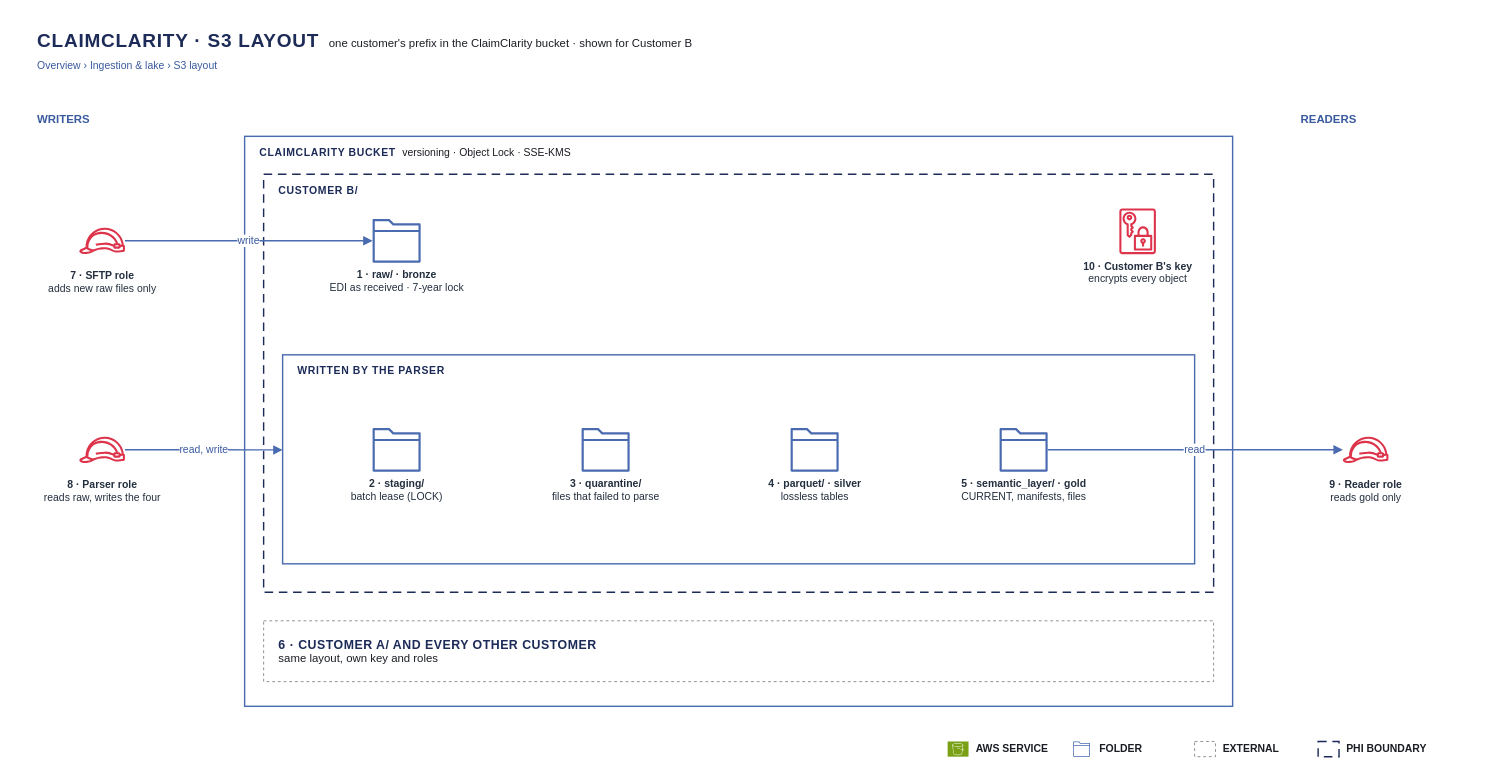
The draw.io diagram docs/architecture/src/12-s3-layout.drawio in Peter-Shamoun/cc, before the edit. Source tidied: cells renumbered, new cells numbered last; positions are measured from the earlier drawing's top-left corner, leaving out a move shared by most shapes. Both pictures are drawn from the tidied source at 95%, with x=0, y=0 at pixel (35, 22).
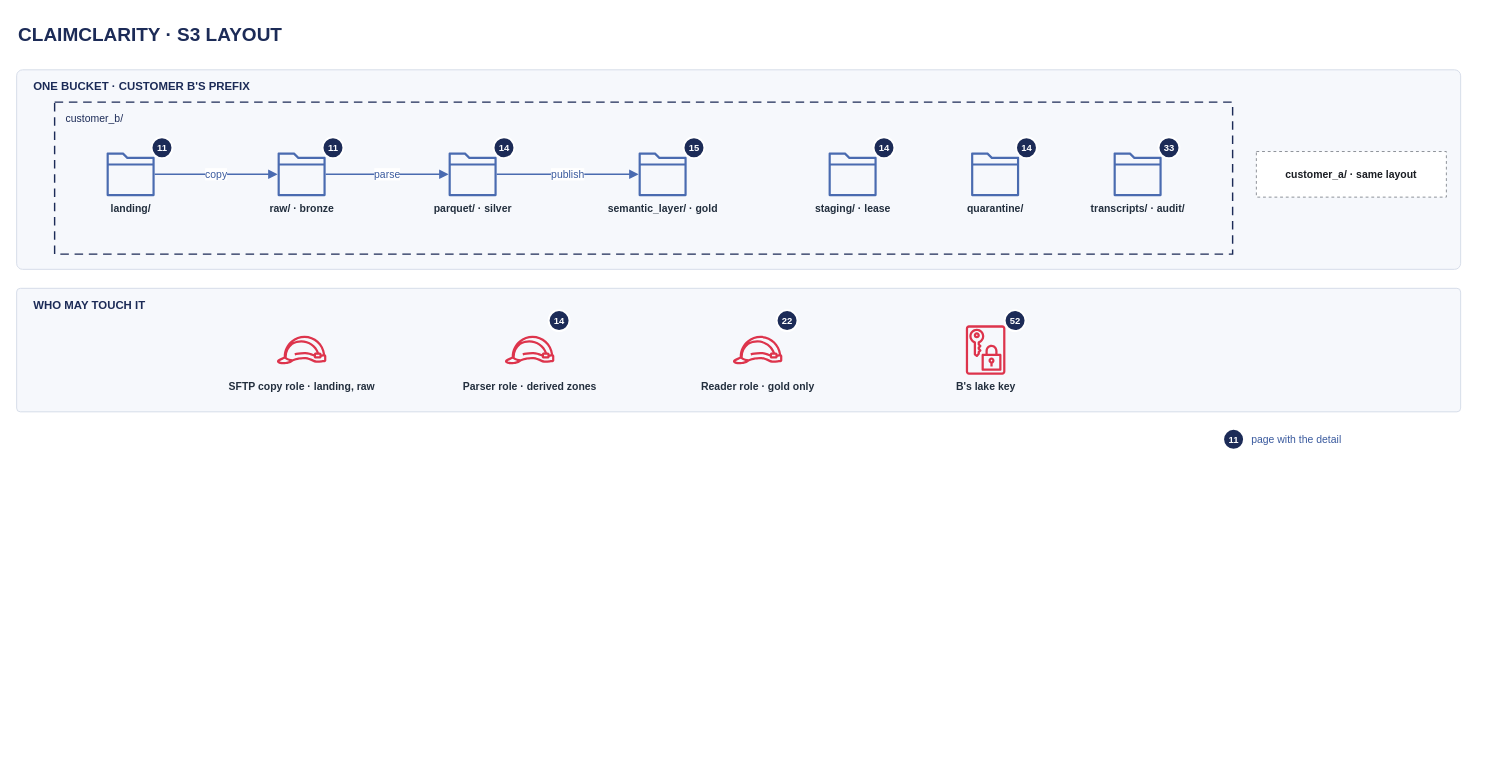
The same diagram, later.

The edit, as a diff of the source:
```diff
@@
-    <mxCell id="2" value="&lt;b style=&quot;font-size:20px;letter-spacing:0.04em;color:#1C2B57&quot;&gt;CLAIMCLARITY · S3 LAYOUT&lt;/b&gt;&amp;nbsp;&amp;nbsp;&amp;nbsp;&lt;span style=&quot;font-size:12px&quot;&gt;one customer's prefix in the ClaimClarity bucket · shown for Customer B&lt;/span&gt;" style="text;html=1;align=left;verticalAlign=top;whiteSpace=wrap;fontSize=12;fontFamily=Helvetica;fontColor=#1A1D23;" parent="1" vertex="1">
-      <mxGeometry width="1500" height="34" as="geometry" />
-    </mxCell>
-    <mxCell id="3" value="&lt;span style=&quot;font-size:11px;color:#3A5A9E&quot;&gt;Overview › Ingestion &amp;amp; lake › S3 layout&lt;/span&gt;" style="text;html=1;align=left;verticalAlign=middle;whiteSpace=wrap;fontSize=12;fontFamily=Helvetica;fontColor=#1A1D23;" parent="1" vertex="1">
-      <mxGeometry y="36" width="1200" height="20" as="geometry" />
-    </mxCell>
-    <mxCell id="4" value="&lt;b style=&quot;font-size:12px;color:#3A5A9E&quot;&gt;WRITERS&lt;/b&gt;" style="text;html=1;align=left;verticalAlign=middle;whiteSpace=wrap;fontSize=12;fontFamily=Helvetica;fontColor=#1A1D23;" parent="1" vertex="1">
-      <mxGeometry y="90" width="200" height="24" as="geometry" />
-    </mxCell>
-    <mxCell id="5" value="&lt;b style=&quot;font-size:12px;color:#3A5A9E&quot;&gt;READERS&lt;/b&gt;" style="text;html=1;align=left;verticalAlign=middle;whiteSpace=wrap;fontSize=12;fontFamily=Helvetica;fontColor=#1A1D23;" parent="1" vertex="1">
-      <mxGeometry x="1330" y="90" width="200" height="24" as="geometry" />
-    </mxCell>
-    <mxCell id="6" value="&lt;b&gt;7 · SFTP role&lt;/b&gt;&lt;br&gt;adds new raw files only" style="sketch=0;outlineConnect=0;fontColor=#232F3E;fillColor=#DD344C;strokeColor=none;dashed=0;verticalLabelPosition=bottom;verticalAlign=top;align=center;html=1;fontSize=11;fontFamily=Helvetica;shape=mxgraph.aws4.role;" parent="1" vertex="1">
-      <mxGeometry x="46" y="206" width="48" height="48" as="geometry" />
-    </mxCell>
-    <mxCell id="7" value="&lt;b&gt;8 · Parser role&lt;/b&gt;&lt;br&gt;reads raw, writes the four" style="sketch=0;outlineConnect=0;fontColor=#232F3E;fillColor=#DD344C;strokeColor=none;dashed=0;verticalLabelPosition=bottom;verticalAlign=top;align=center;html=1;fontSize=11;fontFamily=Helvetica;shape=mxgraph.aws4.role;" parent="1" vertex="1">
-      <mxGeometry x="46" y="426" width="48" height="48" as="geometry" />
-    </mxCell>
-    <mxCell id="8" value="&lt;b&gt;9 · Reader role&lt;/b&gt;&lt;br&gt;reads gold only" style="sketch=0;outlineConnect=0;fontColor=#232F3E;fillColor=#DD344C;strokeColor=none;dashed=0;verticalLabelPosition=bottom;verticalAlign=top;align=center;html=1;fontSize=11;fontFamily=Helvetica;shape=mxgraph.aws4.role;" parent="1" vertex="1">
-      <mxGeometry x="1376" y="426" width="48" height="48" as="geometry" />
-    </mxCell>
-    <mxCell id="9" style="rounded=0;whiteSpace=wrap;html=1;fillColor=none;strokeColor=#4A6BB0;strokeWidth=1.5;" parent="1" vertex="1">
-      <mxGeometry x="220" y="120" width="1040" height="600" as="geometry" />
-    </mxCell>
-    <mxCell id="10" value="&lt;b style=&quot;color:#1C2B57;letter-spacing:0.06em;font-size:11px&quot;&gt;CLAIMCLARITY BUCKET&lt;/b&gt;&amp;nbsp;&amp;nbsp;&lt;span style=&quot;font-size:11px&quot;&gt;versioning · Object Lock · SSE-KMS&lt;/span&gt;" style="text;html=1;align=left;verticalAlign=middle;whiteSpace=wrap;fontSize=12;fontFamily=Helvetica;fontColor=#1A1D23;" parent="9" vertex="1">
-      <mxGeometry x="14" y="6" width="1012" height="22" as="geometry" />
-    </mxCell>
-    <mxCell id="11" style="rounded=0;whiteSpace=wrap;html=1;fillColor=none;strokeColor=#1C2B57;dashed=1;dashPattern=6 4;strokeWidth=1.5;" parent="9" vertex="1">
-      <mxGeometry x="20" y="40" width="1000" height="440" as="geometry" />
-    </mxCell>
-    <mxCell id="12" value="&lt;b style=&quot;color:#1C2B57;letter-spacing:0.06em;font-size:11px&quot;&gt;CUSTOMER B/&lt;/b&gt;" style="text;html=1;align=left;verticalAlign=middle;whiteSpace=wrap;fontSize=12;fontFamily=Helvetica;fontColor=#1A1D23;" parent="11" vertex="1">
-      <mxGeometry x="14" y="6" width="972" height="22" as="geometry" />
-    </mxCell>
-    <mxCell id="13" value="&lt;b&gt;10 · Customer B's key&lt;/b&gt;&lt;br&gt;encrypts every object" style="sketch=0;fontColor=#232F3E;fillColor=#DD344C;strokeColor=none;dashed=0;verticalLabelPosition=bottom;verticalAlign=top;align=center;html=1;fontSize=11;fontFamily=Helvetica;shape=mxgraph.aws4.data_encryption_key;" parent="11" vertex="1">
-      <mxGeometry x="896" y="36" width="48" height="48" as="geometry" />
-    </mxCell>
-    <mxCell id="14" value="&lt;b&gt;1 · raw/ · bronze&lt;/b&gt;&lt;br&gt;EDI as received · 7-year lock" style="shape=mxgraph.aws4.folder;html=1;fillColor=#4A6BB0;strokeColor=none;verticalLabelPosition=bottom;verticalAlign=top;align=center;fontSize=11;fontFamily=Helvetica;fontColor=#232F3E;" parent="11" vertex="1">
-      <mxGeometry x="112" y="47" width="56" height="46" as="geometry" />
-    </mxCell>
-    <mxCell id="15" style="rounded=0;whiteSpace=wrap;html=1;fillColor=none;strokeColor=#4A6BB0;strokeWidth=1.5;" parent="11" vertex="1">
-      <mxGeometry x="20" y="190" width="960" height="220" as="geometry" />
-    </mxCell>
-    <mxCell id="16" value="&lt;b style=&quot;color:#1C2B57;letter-spacing:0.06em;font-size:11px&quot;&gt;WRITTEN BY THE PARSER&lt;/b&gt;" style="text;html=1;align=left;verticalAlign=middle;whiteSpace=wrap;fontSize=12;fontFamily=Helvetica;fontColor=#1A1D23;" parent="15" vertex="1">
-      <mxGeometry x="14" y="6" width="932" height="22" as="geometry" />
-    </mxCell>
-    <mxCell id="17" value="&lt;b&gt;2 · staging/&lt;/b&gt;&lt;br&gt;batch lease (LOCK)" style="shape=mxgraph.aws4.folder;html=1;fillColor=#4A6BB0;strokeColor=none;verticalLabelPosition=bottom;verticalAlign=top;align=center;fontSize=11;fontFamily=Helvetica;fontColor=#232F3E;" parent="15" vertex="1">
-      <mxGeometry x="92" y="77" width="56" height="46" as="geometry" />
-    </mxCell>
-    <mxCell id="18" value="&lt;b&gt;3 · quarantine/&lt;/b&gt;&lt;br&gt;files that failed to parse" style="shape=mxgraph.aws4.folder;html=1;fillColor=#4A6BB0;strokeColor=none;verticalLabelPosition=bottom;verticalAlign=top;align=center;fontSize=11;fontFamily=Helvetica;fontColor=#232F3E;" parent="15" vertex="1">
-      <mxGeometry x="312" y="77" width="56" height="46" as="geometry" />
-    </mxCell>
-    <mxCell id="19" value="&lt;b&gt;4 · parquet/ · silver&lt;/b&gt;&lt;br&gt;lossless tables" style="shape=mxgraph.aws4.folder;html=1;fillColor=#4A6BB0;strokeColor=none;verticalLabelPosition=bottom;verticalAlign=top;align=center;fontSize=11;fontFamily=Helvetica;fontColor=#232F3E;" parent="15" vertex="1">
-      <mxGeometry x="532" y="77" width="56" height="46" as="geometry" />
-    </mxCell>
-    <mxCell id="20" value="&lt;b&gt;5 · semantic_layer/ · gold&lt;/b&gt;&lt;br&gt;CURRENT, manifests, files" style="shape=mxgraph.aws4.folder;html=1;fillColor=#4A6BB0;strokeColor=none;verticalLabelPosition=bottom;verticalAlign=top;align=center;fontSize=11;fontFamily=Helvetica;fontColor=#232F3E;" parent="15" vertex="1">
-      <mxGeometry x="752" y="77" width="56" height="46" as="geometry" />
-    </mxCell>
-    <mxCell id="21" value="&lt;b style=&quot;color:#1C2B57;letter-spacing:0.04em;font-size:13px&quot;&gt;6 · CUSTOMER A/ AND EVERY OTHER CUSTOMER&lt;/b&gt;&lt;br&gt;&lt;span style=&quot;font-size:12px&quot;&gt;same layout, own key and roles&lt;/span&gt;" style="rounded=0;whiteSpace=wrap;html=1;fillColor=#FFFFFF;strokeColor=#8A8E95;dashed=1;fontColor=#1A1D23;align=left;spacingLeft=14;spacingRight=10;verticalAlign=middle;fontSize=12;fontFamily=Helvetica;" parent="9" vertex="1">
-      <mxGeometry x="20" y="510" width="1000" height="64" as="geometry" />
-    </mxCell>
-    <mxCell id="22" value="write" style="edgeStyle=orthogonalEdgeStyle;rounded=1;jettySize=auto;html=1;strokeColor=#4A6BB0;strokeWidth=1.5;endArrow=block;endFill=1;endSize=6;fontSize=11;fontColor=#3A5A9E;labelBackgroundColor=#FFFFFF;fontFamily=Helvetica;exitX=1;exitY=0.5;exitDx=0;exitDy=0;entryX=0;entryY=0.5;entryDx=0;entryDy=0;" parent="1" edge="1" source="6" target="14">
-      <mxGeometry relative="1" as="geometry" />
-    </mxCell>
-    <mxCell id="23" value="read, write" style="edgeStyle=orthogonalEdgeStyle;rounded=1;jettySize=auto;html=1;strokeColor=#4A6BB0;strokeWidth=1.5;endArrow=block;endFill=1;endSize=6;fontSize=11;fontColor=#3A5A9E;labelBackgroundColor=#FFFFFF;fontFamily=Helvetica;exitX=1;exitY=0.5;exitDx=0;exitDy=0;entryX=0;entryY=0.455;entryDx=0;entryDy=0;" parent="1" edge="1" source="7" target="15">
-      <mxGeometry relative="1" as="geometry" />
-    </mxCell>
-    <mxCell id="24" value="read" style="edgeStyle=orthogonalEdgeStyle;rounded=1;jettySize=auto;html=1;strokeColor=#4A6BB0;strokeWidth=1.5;endArrow=block;endFill=1;endSize=6;fontSize=11;fontColor=#3A5A9E;labelBackgroundColor=#FFFFFF;fontFamily=Helvetica;exitX=1;exitY=0.5;exitDx=0;exitDy=0;entryX=0;entryY=0.5;entryDx=0;entryDy=0;" parent="1" edge="1" source="20" target="8">
-      <mxGeometry relative="1" as="geometry" />
-    </mxCell>
-    <mxCell id="25" style="rounded=0;html=1;fillColor=none;strokeColor=none;" parent="1" vertex="1">
-      <mxGeometry x="960" y="750" width="520" height="30" as="geometry" />
-    </mxCell>
-    <mxCell id="26" style="sketch=0;fontColor=#232F3E;fillColor=#7AA116;strokeColor=#ffffff;dashed=0;verticalLabelPosition=bottom;verticalAlign=top;align=center;html=1;fontSize=11;fontFamily=Helvetica;shape=mxgraph.aws4.resourceIcon;resIcon=mxgraph.aws4.s3;" parent="25" vertex="1">
-      <mxGeometry y="7" width="22" height="16" as="geometry" />
-    </mxCell>
-    <mxCell id="27" value="AWS SERVICE" style="text;html=1;align=left;verticalAlign=middle;fontSize=11;fontColor=#1A1D23;fontStyle=1;fontFamily=Helvetica;" parent="25" vertex="1">
-      <mxGeometry x="28" y="3" width="100" height="24" as="geometry" />
-    </mxCell>
-    <mxCell id="28" style="shape=mxgraph.aws4.folder;html=1;fillColor=#4A6BB0;strokeColor=none;" parent="25" vertex="1">
-      <mxGeometry x="130" y="7" width="22" height="16" as="geometry" />
-    </mxCell>
-    <mxCell id="29" value="FOLDER" style="text;html=1;align=left;verticalAlign=middle;fontSize=11;fontColor=#1A1D23;fontStyle=1;fontFamily=Helvetica;" parent="25" vertex="1">
-      <mxGeometry x="158" y="3" width="100" height="24" as="geometry" />
-    </mxCell>
-    <mxCell id="30" style="fillColor=#FFFFFF;strokeColor=#8A8E95;dashed=1;html=1;" parent="25" vertex="1">
-      <mxGeometry x="260" y="7" width="22" height="16" as="geometry" />
-    </mxCell>
-    <mxCell id="31" value="EXTERNAL" style="text;html=1;align=left;verticalAlign=middle;fontSize=11;fontColor=#1A1D23;fontStyle=1;fontFamily=Helvetica;" parent="25" vertex="1">
-      <mxGeometry x="288" y="3" width="100" height="24" as="geometry" />
-    </mxCell>
-    <mxCell id="32" style="fillColor=none;strokeColor=#1C2B57;dashed=1;dashPattern=6 4;strokeWidth=1.5;html=1;" parent="25" vertex="1">
-      <mxGeometry x="390" y="7" width="22" height="16" as="geometry" />
-    </mxCell>
-    <mxCell id="33" value="PHI BOUNDARY" style="text;html=1;align=left;verticalAlign=middle;fontSize=11;fontColor=#1A1D23;fontStyle=1;fontFamily=Helvetica;" parent="25" vertex="1">
-      <mxGeometry x="418" y="3" width="100" height="24" as="geometry" />
-    </mxCell>
+    <mxCell id="34" value="&lt;b style='font-size:20px'&gt;CLAIMCLARITY · S3 LAYOUT&lt;/b&gt;" style="text;html=1;align=left;verticalAlign=middle;fontSize=12;fontColor=#1C2B57;fontStyle=1;fontFamily=Helvetica;fontStyle=0;" parent="1" vertex="1">
+      <mxGeometry x="-20" y="-6" width="1520" height="36" as="geometry" />
+    </mxCell>
+    <mxCell id="35" style="rounded=1;arcSize=3;html=1;fillColor=#F6F8FC;strokeColor=#D5DCE8;" parent="1" vertex="1">
+      <mxGeometry x="-20" y="50" width="1520" height="210" as="geometry" />
+    </mxCell>
+    <mxCell id="36" value="ONE BUCKET · CUSTOMER B'S PREFIX" style="text;html=1;align=left;verticalAlign=middle;fontSize=12;fontColor=#1C2B57;fontStyle=1;fontFamily=Helvetica;" parent="1" vertex="1">
+      <mxGeometry x="-4" y="56" width="1000" height="24" as="geometry" />
+    </mxCell>
+    <mxCell id="37" value="customer_b/" style="rounded=0;html=1;fillColor=none;strokeColor=#1C2B57;dashed=1;dashPattern=6 4;strokeWidth=1.5;align=left;verticalAlign=top;spacingLeft=10;spacingTop=4;fontSize=11;fontColor=#1C2B57;fontFamily=Helvetica;" parent="1" vertex="1">
+      <mxGeometry x="20" y="84" width="1240" height="160" as="geometry" />
+    </mxCell>
+    <mxCell id="38" value="&lt;b&gt;landing/&lt;/b&gt;" style="shape=mxgraph.aws4.folder;html=1;fillColor=#4A6BB0;strokeColor=none;fontFamily=Helvetica;fontSize=11;fontColor=#232F3E;html=1;verticalLabelPosition=bottom;verticalAlign=top;align=center;" parent="1" vertex="1">
+      <mxGeometry x="72" y="137" width="56" height="46" as="geometry" />
+    </mxCell>
+    <mxCell id="39" value="11" style="ellipse;html=1;fillColor=#1C2B57;strokeColor=#FFFFFF;strokeWidth=2;fontColor=#FFFFFF;fontStyle=1;fontSize=10;fontFamily=Helvetica;" parent="1" vertex="1">
+      <mxGeometry x="122" y="121" width="22" height="22" as="geometry" />
+    </mxCell>
+    <mxCell id="40" value="&lt;b&gt;raw/ · bronze&lt;/b&gt;" style="shape=mxgraph.aws4.folder;html=1;fillColor=#4A6BB0;strokeColor=none;fontFamily=Helvetica;fontSize=11;fontColor=#232F3E;html=1;verticalLabelPosition=bottom;verticalAlign=top;align=center;" parent="1" vertex="1">
+      <mxGeometry x="252" y="137" width="56" height="46" as="geometry" />
+    </mxCell>
+    <mxCell id="41" value="11" style="ellipse;html=1;fillColor=#1C2B57;strokeColor=#FFFFFF;strokeWidth=2;fontColor=#FFFFFF;fontStyle=1;fontSize=10;fontFamily=Helvetica;" parent="1" vertex="1">
+      <mxGeometry x="302" y="121" width="22" height="22" as="geometry" />
+    </mxCell>
+    <mxCell id="42" value="&lt;b&gt;parquet/ · silver&lt;/b&gt;" style="shape=mxgraph.aws4.folder;html=1;fillColor=#4A6BB0;strokeColor=none;fontFamily=Helvetica;fontSize=11;fontColor=#232F3E;html=1;verticalLabelPosition=bottom;verticalAlign=top;align=center;" parent="1" vertex="1">
+      <mxGeometry x="432" y="137" width="56" height="46" as="geometry" />
+    </mxCell>
+    <mxCell id="43" value="14" style="ellipse;html=1;fillColor=#1C2B57;strokeColor=#FFFFFF;strokeWidth=2;fontColor=#FFFFFF;fontStyle=1;fontSize=10;fontFamily=Helvetica;" parent="1" vertex="1">
+      <mxGeometry x="482" y="121" width="22" height="22" as="geometry" />
+    </mxCell>
+    <mxCell id="44" value="&lt;b&gt;semantic_layer/ · gold&lt;/b&gt;" style="shape=mxgraph.aws4.folder;html=1;fillColor=#4A6BB0;strokeColor=none;fontFamily=Helvetica;fontSize=11;fontColor=#232F3E;html=1;verticalLabelPosition=bottom;verticalAlign=top;align=center;" parent="1" vertex="1">
+      <mxGeometry x="632" y="137" width="56" height="46" as="geometry" />
+    </mxCell>
+    <mxCell id="45" value="15" style="ellipse;html=1;fillColor=#1C2B57;strokeColor=#FFFFFF;strokeWidth=2;fontColor=#FFFFFF;fontStyle=1;fontSize=10;fontFamily=Helvetica;" parent="1" vertex="1">
+      <mxGeometry x="682" y="121" width="22" height="22" as="geometry" />
+    </mxCell>
+    <mxCell id="46" value="copy" style="edgeStyle=orthogonalEdgeStyle;rounded=1;jettySize=auto;html=1;strokeColor=#4A6BB0;strokeWidth=1.5;endArrow=block;endFill=1;endSize=6;fontSize=11;fontColor=#3A5A9E;labelBackgroundColor=#FFFFFF;fontFamily=Helvetica;exitX=1;exitY=0.5;exitDx=0;exitDy=0;entryX=0;entryY=0.5;entryDx=0;entryDy=0;" parent="1" edge="1" source="38" target="40">
+      <mxGeometry relative="1" as="geometry" />
+    </mxCell>
+    <mxCell id="47" value="parse" style="edgeStyle=orthogonalEdgeStyle;rounded=1;jettySize=auto;html=1;strokeColor=#4A6BB0;strokeWidth=1.5;endArrow=block;endFill=1;endSize=6;fontSize=11;fontColor=#3A5A9E;labelBackgroundColor=#FFFFFF;fontFamily=Helvetica;exitX=1;exitY=0.5;exitDx=0;exitDy=0;entryX=0;entryY=0.5;entryDx=0;entryDy=0;" parent="1" edge="1" source="40" target="42">
+      <mxGeometry relative="1" as="geometry" />
+    </mxCell>
+    <mxCell id="48" value="publish" style="edgeStyle=orthogonalEdgeStyle;rounded=1;jettySize=auto;html=1;strokeColor=#4A6BB0;strokeWidth=1.5;endArrow=block;endFill=1;endSize=6;fontSize=11;fontColor=#3A5A9E;labelBackgroundColor=#FFFFFF;fontFamily=Helvetica;exitX=1;exitY=0.5;exitDx=0;exitDy=0;entryX=0;entryY=0.5;entryDx=0;entryDy=0;" parent="1" edge="1" source="42" target="44">
+      <mxGeometry relative="1" as="geometry" />
+    </mxCell>
+    <mxCell id="49" value="&lt;b&gt;staging/ · lease&lt;/b&gt;" style="shape=mxgraph.aws4.folder;html=1;fillColor=#4A6BB0;strokeColor=none;fontFamily=Helvetica;fontSize=11;fontColor=#232F3E;html=1;verticalLabelPosition=bottom;verticalAlign=top;align=center;" parent="1" vertex="1">
+      <mxGeometry x="832" y="137" width="56" height="46" as="geometry" />
+    </mxCell>
+    <mxCell id="50" value="14" style="ellipse;html=1;fillColor=#1C2B57;strokeColor=#FFFFFF;strokeWidth=2;fontColor=#FFFFFF;fontStyle=1;fontSize=10;fontFamily=Helvetica;" parent="1" vertex="1">
+      <mxGeometry x="882" y="121" width="22" height="22" as="geometry" />
+    </mxCell>
+    <mxCell id="51" value="&lt;b&gt;quarantine/&lt;/b&gt;" style="shape=mxgraph.aws4.folder;html=1;fillColor=#4A6BB0;strokeColor=none;fontFamily=Helvetica;fontSize=11;fontColor=#232F3E;html=1;verticalLabelPosition=bottom;verticalAlign=top;align=center;" parent="1" vertex="1">
+      <mxGeometry x="982" y="137" width="56" height="46" as="geometry" />
+    </mxCell>
+    <mxCell id="52" value="14" style="ellipse;html=1;fillColor=#1C2B57;strokeColor=#FFFFFF;strokeWidth=2;fontColor=#FFFFFF;fontStyle=1;fontSize=10;fontFamily=Helvetica;" parent="1" vertex="1">
+      <mxGeometry x="1032" y="121" width="22" height="22" as="geometry" />
+    </mxCell>
+    <mxCell id="53" value="&lt;b&gt;transcripts/ · audit/&lt;/b&gt;" style="shape=mxgraph.aws4.folder;html=1;fillColor=#4A6BB0;strokeColor=none;fontFamily=Helvetica;fontSize=11;fontColor=#232F3E;html=1;verticalLabelPosition=bottom;verticalAlign=top;align=center;" parent="1" vertex="1">
+      <mxGeometry x="1132" y="137" width="56" height="46" as="geometry" />
+    </mxCell>
+    <mxCell id="54" value="33" style="ellipse;html=1;fillColor=#1C2B57;strokeColor=#FFFFFF;strokeWidth=2;fontColor=#FFFFFF;fontStyle=1;fontSize=10;fontFamily=Helvetica;" parent="1" vertex="1">
+      <mxGeometry x="1182" y="121" width="22" height="22" as="geometry" />
+    </mxCell>
+    <mxCell id="55" value="&lt;b&gt;customer_a/ · same layout&lt;/b&gt;" style="rounded=0;whiteSpace=wrap;html=1;fillColor=#FFFFFF;strokeColor=#8A8E95;dashed=1;fontColor=#1A1D23;align=center;verticalAlign=middle;fontSize=11;fontFamily=Helvetica;" parent="1" vertex="1">
+      <mxGeometry x="1285" y="136" width="200" height="48" as="geometry" />
+    </mxCell>
+    <mxCell id="56" style="rounded=1;arcSize=3;html=1;fillColor=#F6F8FC;strokeColor=#D5DCE8;" parent="1" vertex="1">
+      <mxGeometry x="-20" y="280" width="1520" height="130" as="geometry" />
+    </mxCell>
+    <mxCell id="57" value="WHO MAY TOUCH IT" style="text;html=1;align=left;verticalAlign=middle;fontSize=12;fontColor=#1C2B57;fontStyle=1;fontFamily=Helvetica;" parent="1" vertex="1">
+      <mxGeometry x="-4" y="286" width="1000" height="24" as="geometry" />
+    </mxCell>
+    <mxCell id="58" value="&lt;b&gt;SFTP copy role · landing, raw&lt;/b&gt;" style="sketch=0;dashed=0;fillColor=#DD344C;shape=mxgraph.aws4.role;strokeColor=none;fontFamily=Helvetica;fontSize=11;fontColor=#232F3E;html=1;verticalLabelPosition=bottom;verticalAlign=top;align=center;" parent="1" vertex="1">
+      <mxGeometry x="254" y="319" width="52" height="52" as="geometry" />
+    </mxCell>
+    <mxCell id="59" value="&lt;b&gt;Parser role · derived zones&lt;/b&gt;" style="sketch=0;dashed=0;fillColor=#DD344C;shape=mxgraph.aws4.role;strokeColor=none;fontFamily=Helvetica;fontSize=11;fontColor=#232F3E;html=1;verticalLabelPosition=bottom;verticalAlign=top;align=center;" parent="1" vertex="1">
+      <mxGeometry x="494" y="319" width="52" height="52" as="geometry" />
+    </mxCell>
+    <mxCell id="60" value="14" style="ellipse;html=1;fillColor=#1C2B57;strokeColor=#FFFFFF;strokeWidth=2;fontColor=#FFFFFF;fontStyle=1;fontSize=10;fontFamily=Helvetica;" parent="1" vertex="1">
+      <mxGeometry x="540" y="303" width="22" height="22" as="geometry" />
+    </mxCell>
+    <mxCell id="61" value="&lt;b&gt;Reader role · gold only&lt;/b&gt;" style="sketch=0;dashed=0;fillColor=#DD344C;shape=mxgraph.aws4.role;strokeColor=none;fontFamily=Helvetica;fontSize=11;fontColor=#232F3E;html=1;verticalLabelPosition=bottom;verticalAlign=top;align=center;" parent="1" vertex="1">
+      <mxGeometry x="734" y="319" width="52" height="52" as="geometry" />
+    </mxCell>
+    <mxCell id="62" value="22" style="ellipse;html=1;fillColor=#1C2B57;strokeColor=#FFFFFF;strokeWidth=2;fontColor=#FFFFFF;fontStyle=1;fontSize=10;fontFamily=Helvetica;" parent="1" vertex="1">
+      <mxGeometry x="780" y="303" width="22" height="22" as="geometry" />
+    </mxCell>
+    <mxCell id="63" value="&lt;b&gt;B's lake key&lt;/b&gt;" style="sketch=0;dashed=0;fillColor=#DD344C;shape=mxgraph.aws4.data_encryption_key;strokeColor=none;fontFamily=Helvetica;fontSize=11;fontColor=#232F3E;html=1;verticalLabelPosition=bottom;verticalAlign=top;align=center;" parent="1" vertex="1">
+      <mxGeometry x="974" y="319" width="52" height="52" as="geometry" />
+    </mxCell>
+    <mxCell id="64" value="52" style="ellipse;html=1;fillColor=#1C2B57;strokeColor=#FFFFFF;strokeWidth=2;fontColor=#FFFFFF;fontStyle=1;fontSize=10;fontFamily=Helvetica;" parent="1" vertex="1">
+      <mxGeometry x="1020" y="303" width="22" height="22" as="geometry" />
+    </mxCell>
+    <mxCell id="65" value="11" style="ellipse;html=1;fillColor=#1C2B57;strokeColor=#FFFFFF;strokeWidth=2;fontColor=#FFFFFF;fontStyle=1;fontSize=10;fontFamily=Helvetica;" parent="1" vertex="1">
+      <mxGeometry x="1250" y="428" width="22" height="22" as="geometry" />
+    </mxCell>
+    <mxCell id="66" value="page with the detail" style="text;html=1;align=left;verticalAlign=middle;fontSize=11;fontColor=#1A1D23;fontFamily=Helvetica;whiteSpace=wrap;fontColor=#3A5A9E;" parent="1" vertex="1">
+      <mxGeometry x="1278" y="426" width="200" height="26" as="geometry" />
+    </mxCell>
```
